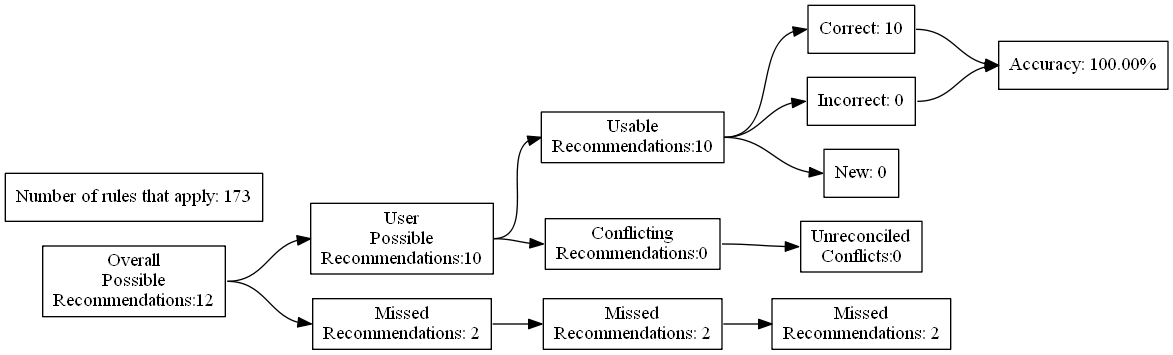
Above: test_renders/17.gv.png in ZaxR/ibd_diet_analysis (Graphviz), before the change. Its source is kept beside it as test_renders/17.gv.
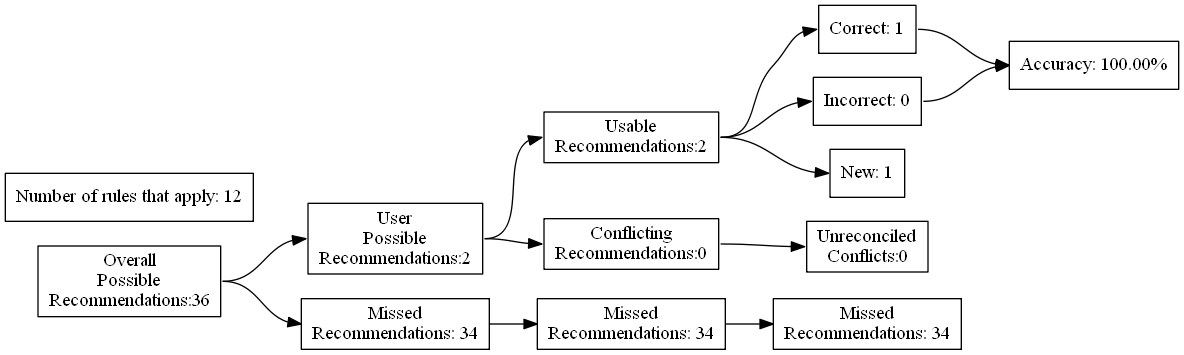
The same diagram one commit later.

Diff of the diagram source:
```diff
@@ -4,27 +4,27 @@
 	edge [headport=w tailport=e]
 		A [label="Overall
 Possible
-Recommendations:12"]
+Recommendations:36"]
 		B [label="User
 Possible
-Recommendations:10"]
+Recommendations:2"]
 		C [label="Missed
-Recommendations: 2"]
+Recommendations: 34"]
 		D [label="Usable
-Recommendations:10"]
+Recommendations:2"]
 		E [label="Conflicting
 Recommendations:0"]
 		J [label="Missed
-Recommendations: 2"]
+Recommendations: 34"]
 		M [label="Unreconciled
 Conflicts:0"]
-		F [label="Correct: 10"]
+		F [label="Correct: 1"]
 		G [label="Incorrect: 0"]
-		H [label="New: 0"]
+		H [label="New: 1"]
 		K [label="Missed
-Recommendations: 2"]
+Recommendations: 34"]
 		I [label="Accuracy: 100.00%"]
-		l [label="Number of rules that apply: 173"]
+		l [label="Number of rules that apply: 12"]
 			A -> B
 			A -> C
 			B -> D
```
